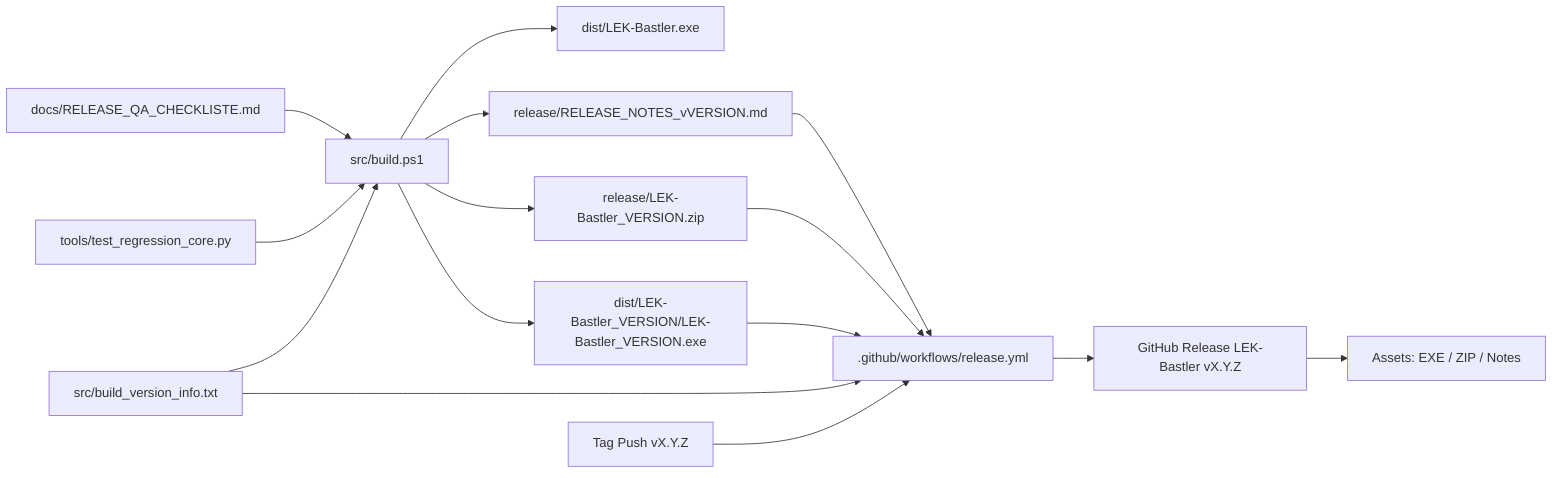
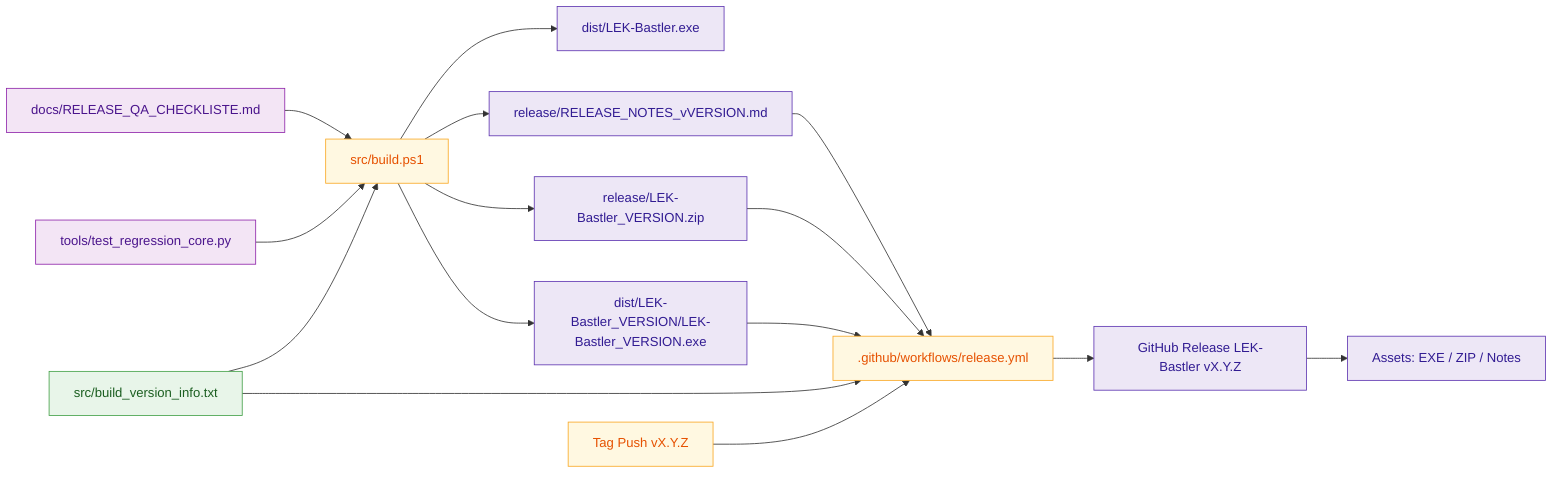
flowchart LR
    A[src/build_version_info.txt] --> B[src/build.ps1]
    B --> C[dist/LEK-Bastler.exe]
    B --> D[dist/LEK-Bastler_VERSION/LEK-Bastler_VERSION.exe]
    B --> E[release/LEK-Bastler_VERSION.zip]
    B --> F[release/RELEASE_NOTES_vVERSION.md]

    Q[tools/test_regression_core.py] --> B
    R[docs/RELEASE_QA_CHECKLISTE.md] --> B

    G[Tag Push vX.Y.Z] --> H[.github/workflows/release.yml]
    A --> H
    D --> H
    E --> H
    F --> H

    H --> I[GitHub Release LEK-Bastler vX.Y.Z]
    I --> J[Assets: EXE / ZIP / Notes]
+ 
+     classDef ui fill:#E3F2FD,stroke:#1E88E5,color:#0D47A1,stroke-width:1px;
+     classDef process fill:#FFF8E1,stroke:#F9A825,color:#E65100,stroke-width:1px;
+     classDef data fill:#E8F5E9,stroke:#43A047,color:#1B5E20,stroke-width:1px;
+     classDef quality fill:#F3E5F5,stroke:#8E24AA,color:#4A148C,stroke-width:1px;
+     classDef decision fill:#FFEBEE,stroke:#E53935,color:#B71C1C,stroke-width:1px;
+     classDef release fill:#EDE7F6,stroke:#5E35B1,color:#311B92,stroke-width:1px;
+ 
+     class A data;
+     class B,G,H process;
+     class C,D,E,F,I,J release;
+     class Q,R quality;
